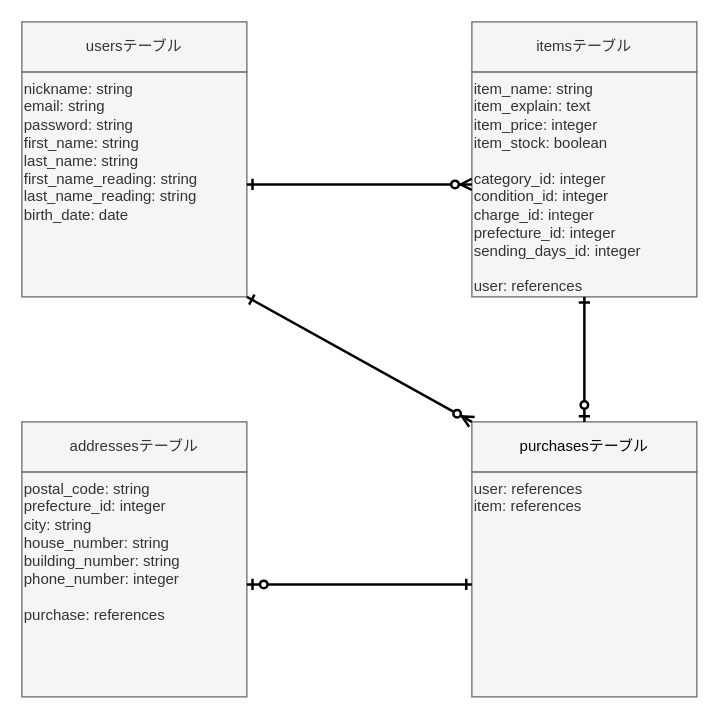
The draw.io diagram furima.dio in fuchimo/furima-34379, before the edit. Source tidied: cells renumbered, new cells numbered last; positions are measured from the earlier drawing's top-left corner, leaving out a move shared by most shapes. Both pictures are drawn from the tidied source at 125%, with x=0, y=0 at pixel (21, 21).
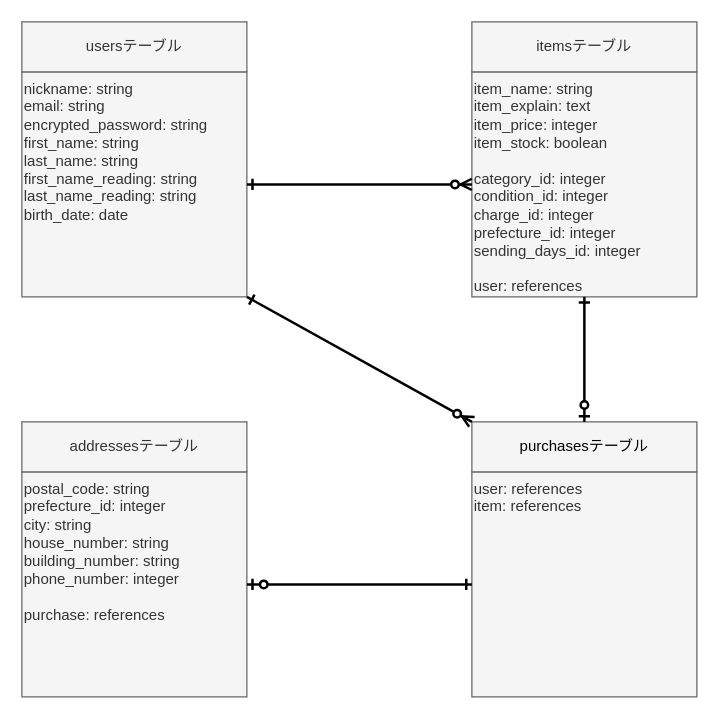
The same page after the edit.

Commit message (it also covers changes not shown here):
correct users_table

Change to the diagram source:
```diff
@@
 <mxGraphModel>
   <root>
     <mxCell id="0" />
     <mxCell id="1" parent="0" />
-    <mxCell id="2" value="nickname: string&lt;br&gt;email: string&lt;br&gt;password: string&lt;br&gt;first_name: string&lt;br&gt;last_name: string&lt;br&gt;first_name_reading: string&lt;br&gt;last_name_reading: string&lt;br&gt;birth_date: date" style="whiteSpace=wrap;html=1;align=left;fillColor=#f5f5f5;strokeColor=#666666;fontColor=#333333;horizontal=1;labelPosition=center;verticalLabelPosition=middle;verticalAlign=top;" parent="1" vertex="1">
+    <mxCell id="2" value="nickname: string&lt;br&gt;email: string&lt;br&gt;encrypted_password: string&lt;br&gt;first_name: string&lt;br&gt;last_name: string&lt;br&gt;first_name_reading: string&lt;br&gt;last_name_reading: string&lt;br&gt;birth_date: date" style="whiteSpace=wrap;html=1;align=left;fillColor=#f5f5f5;strokeColor=#666666;fontColor=#333333;horizontal=1;labelPosition=center;verticalLabelPosition=middle;verticalAlign=top;" parent="1" vertex="1">
       <mxGeometry y="40" width="180" height="180" as="geometry" />
     </mxCell>
     <mxCell id="3" value="item_name: string&lt;br&gt;item_explain: text&lt;br&gt;item_price: integer&lt;br&gt;item_stock: boolean&lt;br&gt;&lt;br&gt;category_id: integer&lt;br&gt;condition_id: integer&lt;br&gt;charge_id: integer&lt;br&gt;prefecture_id: integer&lt;br&gt;sending_days_id: integer&lt;br&gt;&lt;br&gt;user: references" style="whiteSpace=wrap;html=1;align=left;fillColor=#f5f5f5;strokeColor=#666666;fontColor=#333333;horizontal=1;labelPosition=center;verticalLabelPosition=middle;verticalAlign=top;" parent="1" vertex="1">
       <mxGeometry x="360" y="40" width="180" height="180" as="geometry" />
     </mxCell>
     <mxCell id="4" value="user: references&lt;br&gt;item: references" style="whiteSpace=wrap;html=1;align=left;fillColor=#f5f5f5;strokeColor=#666666;fontColor=#333333;horizontal=1;labelPosition=center;verticalLabelPosition=middle;verticalAlign=top;" parent="1" vertex="1">
       <mxGeometry x="360" y="360" width="180" height="180" as="geometry" />
     </mxCell>
     <mxCell id="5" style="endArrow=ERone;html=1;entryX=1;entryY=0.5;entryDx=0;entryDy=0;exitX=0;exitY=0.5;exitDx=0;exitDy=0;startArrow=ERzeroToMany;startFill=1;endFill=0;jumpSize=6;strokeWidth=2;endSize=6;" parent="1" edge="1" source="3" target="2">
       <mxGeometry relative="1" as="geometry" />
     </mxCell>
     <mxCell id="6" value="postal_code: string&lt;br&gt;prefecture_id: integer&lt;br&gt;city: string&lt;br&gt;house_number: string&lt;br&gt;building_number: string&lt;br&gt;phone_number: integer&lt;br&gt;&lt;br&gt;purchase: references" style="whiteSpace=wrap;html=1;align=left;fillColor=#f5f5f5;strokeColor=#666666;fontColor=#333333;horizontal=1;labelPosition=center;verticalLabelPosition=middle;verticalAlign=top;" parent="1" vertex="1">
       <mxGeometry y="360" width="180" height="180" as="geometry" />
     </mxCell>
     <mxCell id="7" style="endArrow=ERzeroToOne;html=1;entryX=1;entryY=0.5;entryDx=0;entryDy=0;startArrow=ERone;startFill=0;endFill=1;jumpSize=6;strokeWidth=2;endSize=6;" parent="1" edge="1" source="4" target="6">
       <mxGeometry relative="1" as="geometry" />
     </mxCell>
     <mxCell id="8" value="&lt;span style=&quot;&quot;&gt;addressesテーブル&lt;/span&gt;" style="rounded=0;whiteSpace=wrap;html=1;align=center;fillColor=#f5f5f5;strokeColor=#666666;fontColor=#333333;" parent="1" vertex="1">
       <mxGeometry y="320" width="180" height="40" as="geometry" />
     </mxCell>
     <mxCell id="9" value="&lt;font color=&quot;#000000&quot;&gt;purchasesテーブル&lt;/font&gt;" style="rounded=0;whiteSpace=wrap;html=1;align=center;fillColor=#f5f5f5;strokeColor=#666666;fontColor=#333333;" parent="1" vertex="1">
       <mxGeometry x="360" y="320" width="180" height="40" as="geometry" />
     </mxCell>
     <mxCell id="10" value="&lt;span&gt;usersテーブル&lt;/span&gt;" style="rounded=0;whiteSpace=wrap;html=1;align=center;fillColor=#f5f5f5;strokeColor=#666666;fontColor=#333333;" parent="1" vertex="1">
       <mxGeometry width="180" height="40" as="geometry" />
     </mxCell>
     <mxCell id="11" value="&lt;span&gt;itemsテーブル&lt;/span&gt;" style="rounded=0;whiteSpace=wrap;html=1;align=center;fillColor=#f5f5f5;strokeColor=#666666;fontColor=#333333;" parent="1" vertex="1">
       <mxGeometry x="360" width="180" height="40" as="geometry" />
     </mxCell>
     <mxCell id="12" style="endArrow=ERzeroToOne;html=1;entryX=0.5;entryY=0;entryDx=0;entryDy=0;exitX=0.5;exitY=1;exitDx=0;exitDy=0;startArrow=ERone;startFill=0;endFill=1;jumpSize=6;strokeWidth=2;endSize=6;" parent="1" edge="1" source="3" target="9">
       <mxGeometry relative="1" as="geometry" />
     </mxCell>
     <mxCell id="13" style="endArrow=ERone;html=1;entryX=1;entryY=1;entryDx=0;entryDy=0;exitX=0;exitY=0;exitDx=0;exitDy=0;startArrow=ERzeroToMany;startFill=1;endFill=0;jumpSize=6;strokeWidth=2;endSize=6;" parent="1" edge="1" source="9" target="2">
       <mxGeometry relative="1" as="geometry" />
     </mxCell>
   </root>
 </mxGraphModel>
```
